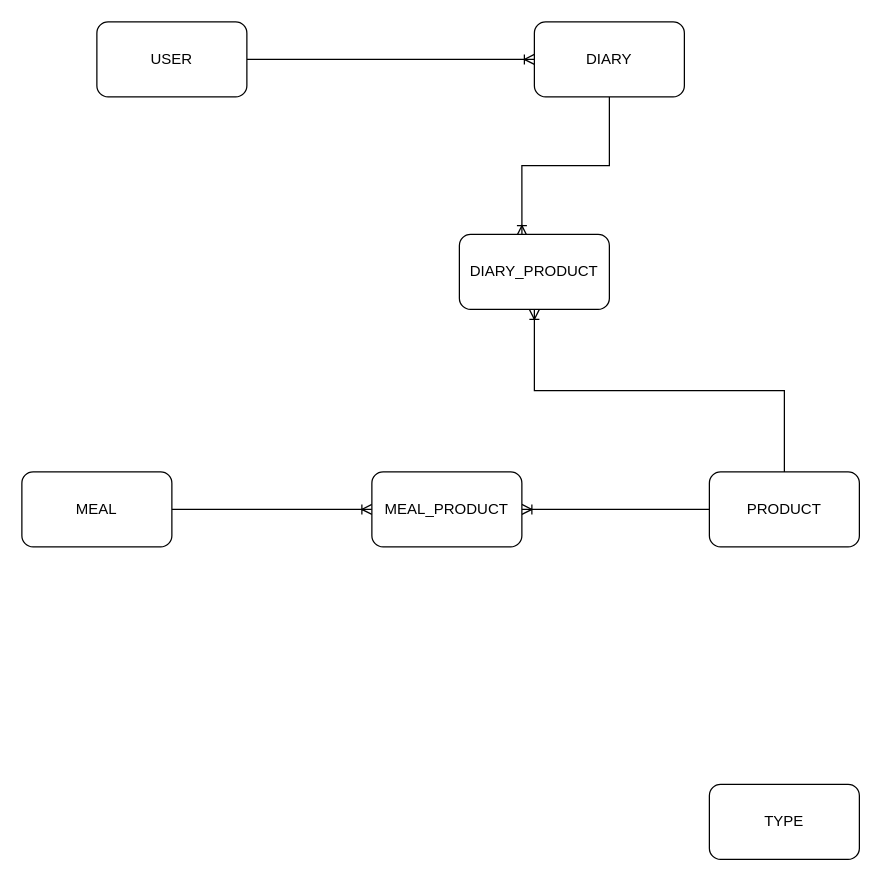
This is docs/db.drawio from hutanmihai/calorie-tracker-backend, a draw.io file, before an edit. Source tidied: cells renumbered, new cells numbered last; positions are measured from the earlier drawing's top-left corner, leaving out a move shared by most shapes. Both pictures are drawn from the tidied source at 125%, with x=0, y=0 at pixel (21, 21).
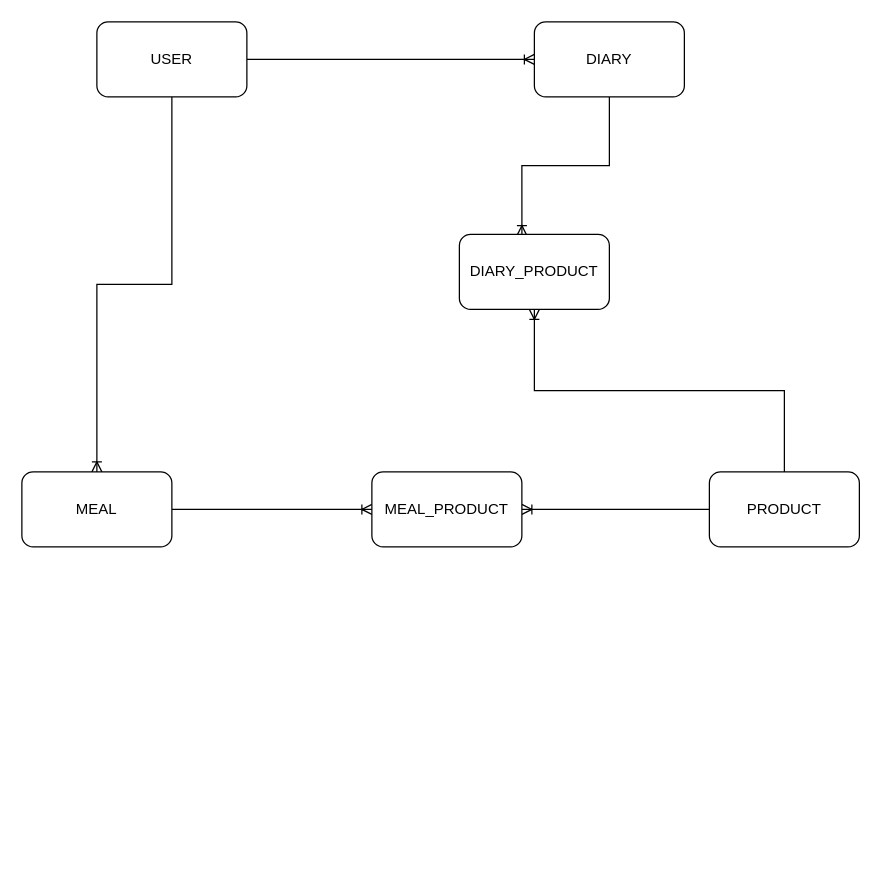
After the change.

Commit message (it also covers changes not shown here):
Add uml diagrams

The edit, as a diff of the source:
```diff
@@
 <mxGraphModel>
   <root>
     <mxCell id="0" />
     <mxCell id="1" parent="0" />
     <mxCell id="2" style="edgeStyle=orthogonalEdgeStyle;rounded=0;jettySize=auto;html=1;exitX=1;exitY=0.5;exitDx=0;exitDy=0;entryX=0;entryY=0.5;entryDx=0;entryDy=0;endArrow=ERoneToMany;endFill=0;" parent="1" edge="1" source="3" target="5">
       <mxGeometry relative="1" as="geometry" />
     </mxCell>
+    <mxCell id="14" style="edgeStyle=orthogonalEdgeStyle;rounded=0;jettySize=auto;html=1;entryX=0.5;entryY=0;entryDx=0;entryDy=0;endArrow=ERoneToMany;endFill=0;" parent="1" edge="1" source="3" target="7">
+      <mxGeometry relative="1" as="geometry" />
+    </mxCell>
     <mxCell id="3" value="USER" style="rounded=1;whiteSpace=wrap;html=1;" parent="1" vertex="1">
       <mxGeometry x="60" width="120" height="60" as="geometry" />
     </mxCell>
     <mxCell id="4" style="edgeStyle=orthogonalEdgeStyle;rounded=0;jettySize=auto;html=1;exitX=0.5;exitY=1;exitDx=0;exitDy=0;entryX=0.417;entryY=0.017;entryDx=0;entryDy=0;entryPerimeter=0;endArrow=ERoneToMany;endFill=0;" parent="1" edge="1" source="5" target="11">
       <mxGeometry relative="1" as="geometry" />
     </mxCell>
     <mxCell id="5" value="DIARY" style="rounded=1;whiteSpace=wrap;html=1;" parent="1" vertex="1">
       <mxGeometry x="410" width="120" height="60" as="geometry" />
     </mxCell>
     <mxCell id="6" style="edgeStyle=orthogonalEdgeStyle;rounded=0;jettySize=auto;html=1;exitX=1;exitY=0.5;exitDx=0;exitDy=0;entryX=0;entryY=0.5;entryDx=0;entryDy=0;endArrow=ERoneToMany;endFill=0;" parent="1" edge="1" source="7" target="12">
       <mxGeometry relative="1" as="geometry" />
     </mxCell>
     <mxCell id="7" value="MEAL" style="rounded=1;whiteSpace=wrap;html=1;" parent="1" vertex="1">
       <mxGeometry y="360" width="120" height="60" as="geometry" />
     </mxCell>
     <mxCell id="8" style="edgeStyle=orthogonalEdgeStyle;rounded=0;jettySize=auto;html=1;exitX=0.5;exitY=0;exitDx=0;exitDy=0;entryX=0.5;entryY=1;entryDx=0;entryDy=0;endArrow=ERoneToMany;endFill=0;" parent="1" edge="1" source="10" target="11">
       <mxGeometry relative="1" as="geometry" />
     </mxCell>
     <mxCell id="9" style="edgeStyle=orthogonalEdgeStyle;rounded=0;jettySize=auto;html=1;exitX=0;exitY=0.5;exitDx=0;exitDy=0;endArrow=ERoneToMany;endFill=0;" parent="1" edge="1" source="10" target="12">
       <mxGeometry relative="1" as="geometry" />
     </mxCell>
     <mxCell id="10" value="PRODUCT" style="rounded=1;whiteSpace=wrap;html=1;" parent="1" vertex="1">
       <mxGeometry x="550" y="360" width="120" height="60" as="geometry" />
     </mxCell>
     <mxCell id="11" value="DIARY_PRODUCT" style="rounded=1;whiteSpace=wrap;html=1;" parent="1" vertex="1">
       <mxGeometry x="350" y="170" width="120" height="60" as="geometry" />
     </mxCell>
     <mxCell id="12" value="MEAL_PRODUCT" style="rounded=1;whiteSpace=wrap;html=1;" parent="1" vertex="1">
       <mxGeometry x="280" y="360" width="120" height="60" as="geometry" />
     </mxCell>
-    <mxCell id="13" value="TYPE" style="rounded=1;whiteSpace=wrap;html=1;" parent="1" vertex="1">
-      <mxGeometry x="550" y="610" width="120" height="60" as="geometry" />
-    </mxCell>
   </root>
 </mxGraphModel>
```
